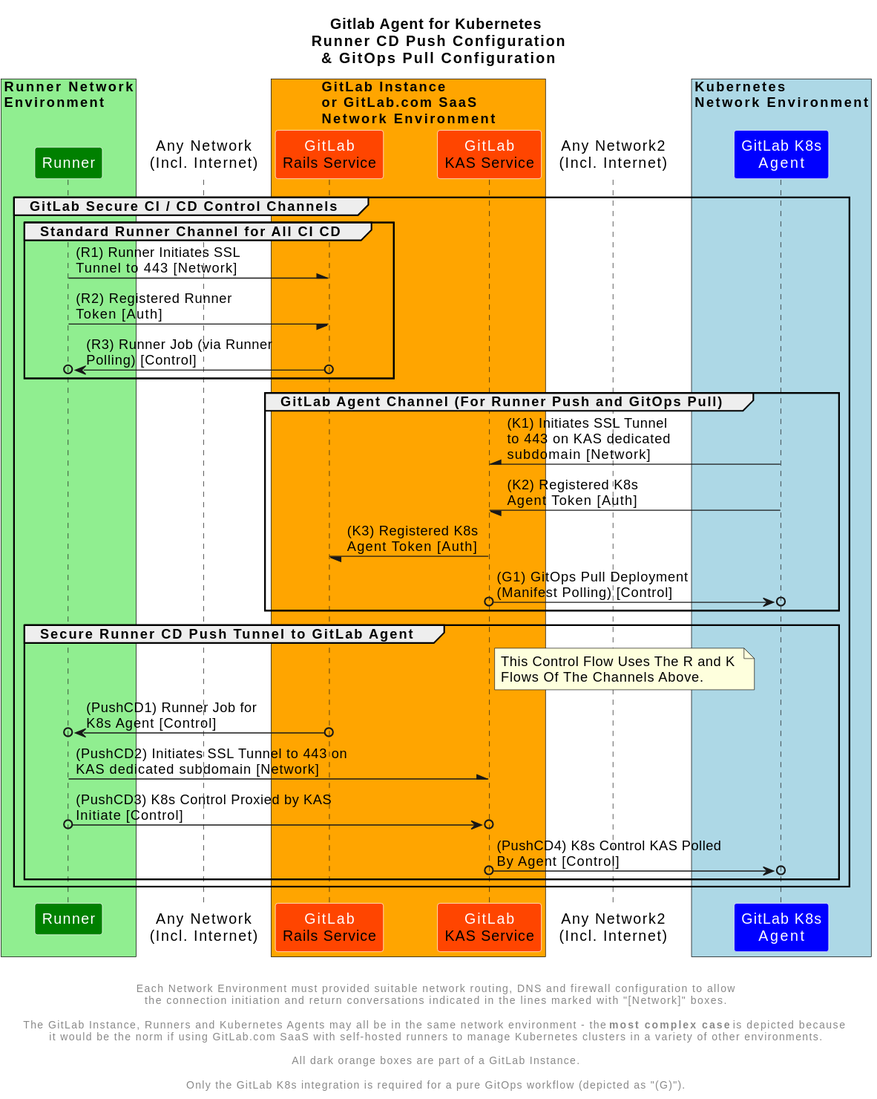
Before: content/070_architecture_patterns/gitlab_k8s_agent_comms.svg, a diagram exported from PlantUML (aws-samples/gitlab-for-eks).
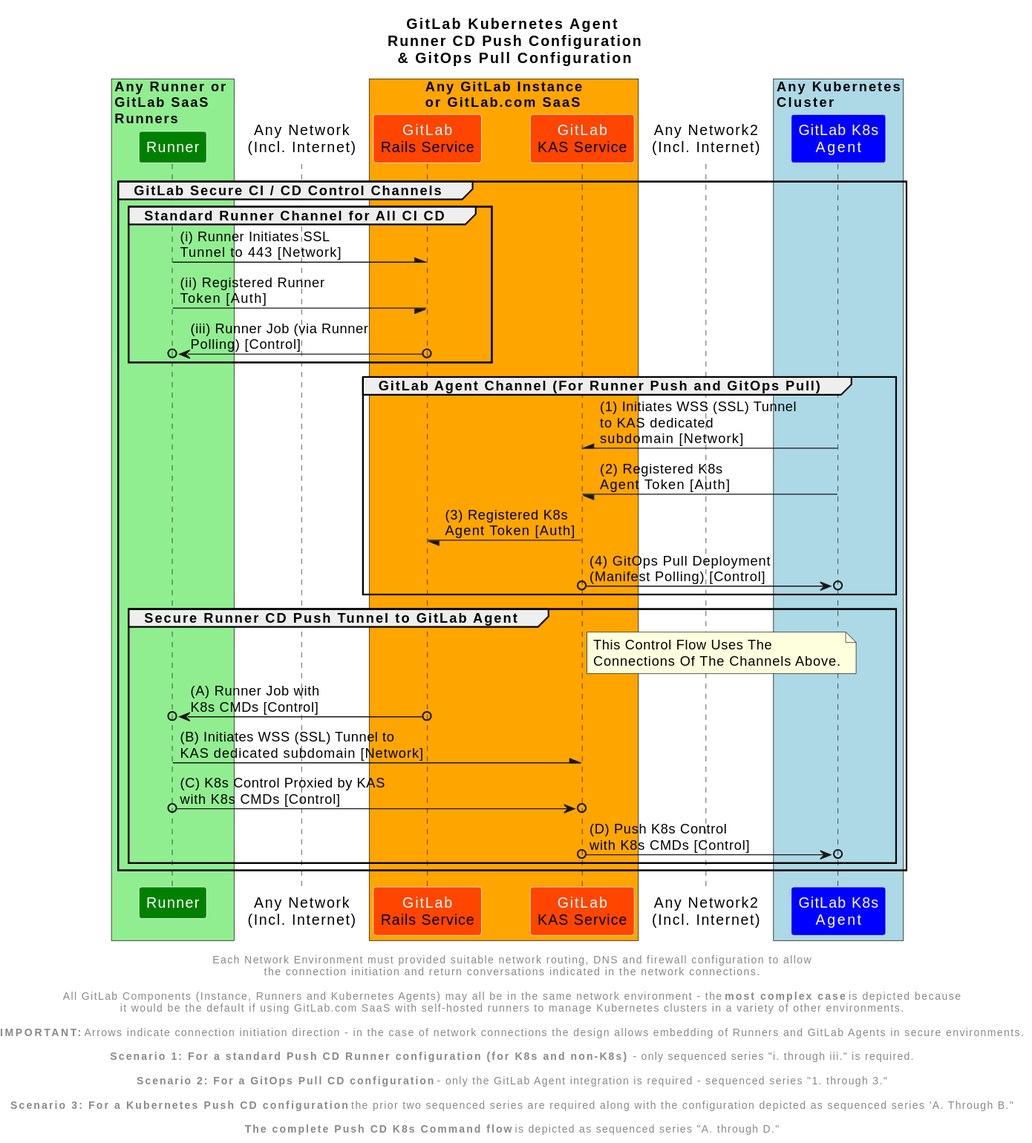
The same diagram one commit later.

Change to the diagram source:
```diff
@@ -5,43 +5,60 @@
 skinparam participantBorderColor #white
 skinparam participantBackgroundColor #white
 
-Title "Gitlab Agent for Kubernetes\n Runner CD Push Configuration\n & GitOps Pull Configuration"
-box "Runner Network\nEnvironment" #LightGreen
+Title "GitLab Kubernetes Agent\n Runner CD Push Configuration\n & GitOps Pull Configuration"
+box "Any Runner or \nGitLab SaaS \nRunners" #LightGreen
  participant "<font color=white>Runner" as Runner #Green
 end box
 note right "Any Network\n(Incl. Internet)"
 end note
-box "GitLab Instance\nor GitLab.com SaaS\nNetwork Environment" #Orange
+box "Any GitLab Instance\nor GitLab.com SaaS" #Orange
   participant "<font color=white>GitLab\nRails Service" as GitLabROR #OrangeRed
   participant "<font color=white>GitLab\nKAS Service" as GitLabKAS #OrangeRed
 end box
 note right "Any Network2\n(Incl. Internet)"
 end note
-box "Kubernetes\nNetwork Environment" #LightBlue
+box "Any Kubernetes\nCluster" #LightBlue
  participant "<font color=white>GitLab K8s\n<font color=white>Agent" as KubernetesAgent #Blue
 end box
 
 group GitLab Secure CI / CD Control Channels
   group Standard Runner Channel for All CI CD
-    Runner -\ GitLabROR: (R1) Runner Initiates SSL \nTunnel to 443 [Network]
-    Runner -/ GitLabROR: (R2) Registered Runner \nToken [Auth]
-    Runner o<-o GitLabROR: (R3) Runner Job (via Runner \nPolling) [Control]
+    Runner -\ GitLabROR: (i) Runner Initiates SSL \nTunnel to 443 [Network]
+    Runner -/ GitLabROR: (ii) Registered Runner \nToken [Auth]
+    Runner o<-o GitLabROR: (iii) Runner Job (via Runner \nPolling) [Control]
   end group
   group GitLab Agent Channel (For Runner Push and GitOps Pull)
-    KubernetesAgent -\ GitLabKAS: (K1) Initiates SSL Tunnel \nto 443 on KAS dedicated \nsubdomain [Network]
-    KubernetesAgent -/ GitLabKAS: (K2) Registered K8s \nAgent Token [Auth]
-    GitLabKAS -/ GitLabROR: (K3) Registered K8s \nAgent Token [Auth]
-    GitLabKAS o->o KubernetesAgent: (G1) GitOps Pull Deployment \n(Manifest Polling) [Control]
+    KubernetesAgent -\ GitLabKAS: (1) Initiates WSS (SSL) Tunnel \nto KAS dedicated \nsubdomain [Network]
+    KubernetesAgent -/ GitLabKAS: (2) Registered K8s \nAgent Token [Auth]
+    GitLabKAS -/ GitLabROR: (3) Registered K8s \nAgent Token [Auth]
+    GitLabKAS o->o KubernetesAgent: (4) GitOps Pull Deployment \n(Manifest Polling) [Control]
   end group
 
   group Secure Runner CD Push Tunnel to GitLab Agent
-    note right of GitLabKAS: This Control Flow Uses The R and K \nFlows Of The Channels Above.
-    GitLabROR o->o Runner: (PushCD1) Runner Job for \nK8s Agent [Control]
-    Runner -\ GitLabKAS: (PushCD2) Initiates SSL Tunnel to 443 on \nKAS dedicated subdomain [Network]
-    Runner o->o GitLabKAS: (PushCD3) K8s Control Proxied by KAS \nInitiate [Control]
-    GitLabKAS o->o KubernetesAgent: (PushCD4) K8s Control KAS Polled \nBy Agent [Control]
+    note right of GitLabKAS: This Control Flow Uses The \nConnections Of The Channels Above.
+    GitLabROR o->o Runner: (A) Runner Job with \nK8s CMDs [Control]
+    Runner -\ GitLabKAS: (B) Initiates WSS (SSL) Tunnel to \nKAS dedicated subdomain [Network]
+    Runner o->o GitLabKAS: (C) K8s Control Proxied by KAS \nwith K8s CMDs [Control]
+    GitLabKAS o->o KubernetesAgent: (D) Push K8s Control \nwith K8s CMDs [Control]
   end group
 end group
 
-center footer \n\nEach Network Environment must provided suitable network routing, DNS and firewall configuration to allow\nthe connection initiation and return conversations indicated in the lines marked with "[Network]" boxes.\n\nThe GitLab Instance, Runners and Kubernetes Agents may all be in the same network environment - the **most complex case** is depicted because \nit would be the norm if using GitLab.com SaaS with self-hosted runners to manage Kubernetes clusters in a variety of other environments.\n\nAll dark orange boxes are part of a GitLab Instance.\n\nOnly the GitLab K8s integration is required for a pure GitOps workflow (depicted as "(G)").
+footer
+
+Each Network Environment must provided suitable network routing, DNS and firewall configuration to allow
+the connection initiation and return conversations indicated in the network connections.
+
+All GitLab Components (Instance, Runners and Kubernetes Agents) may all be in the same network environment - the **most complex case** is depicted because
+it would be the default if using GitLab.com SaaS with self-hosted runners to manage Kubernetes clusters in a variety of other environments.
+
+<b>IMPORTANT:</b> Arrows indicate connection initiation direction - in the case of network connections the design allows embedding of Runners and GitLab Agents in secure environments.
+
+<b>Scenario 1: For a standard Push CD Runner configuration (for K8s and non-K8s) </b> - only sequenced series "i. through iii." is required.
+
+<b>Scenario 2: For a GitOps Pull CD configuration</b> - only the GitLab Agent integration is required - sequenced series "1. through 3."
+
+<b>Scenario 3: For a Kubernetes Push CD configuration</b> the prior two sequenced series are required along with the configuration depicted as sequenced series 'A. Through B."
+
+<b>The complete Push CD K8s Command flow</b> is depicted as sequenced series "A. through D."
+end footer
 @enduml
```
